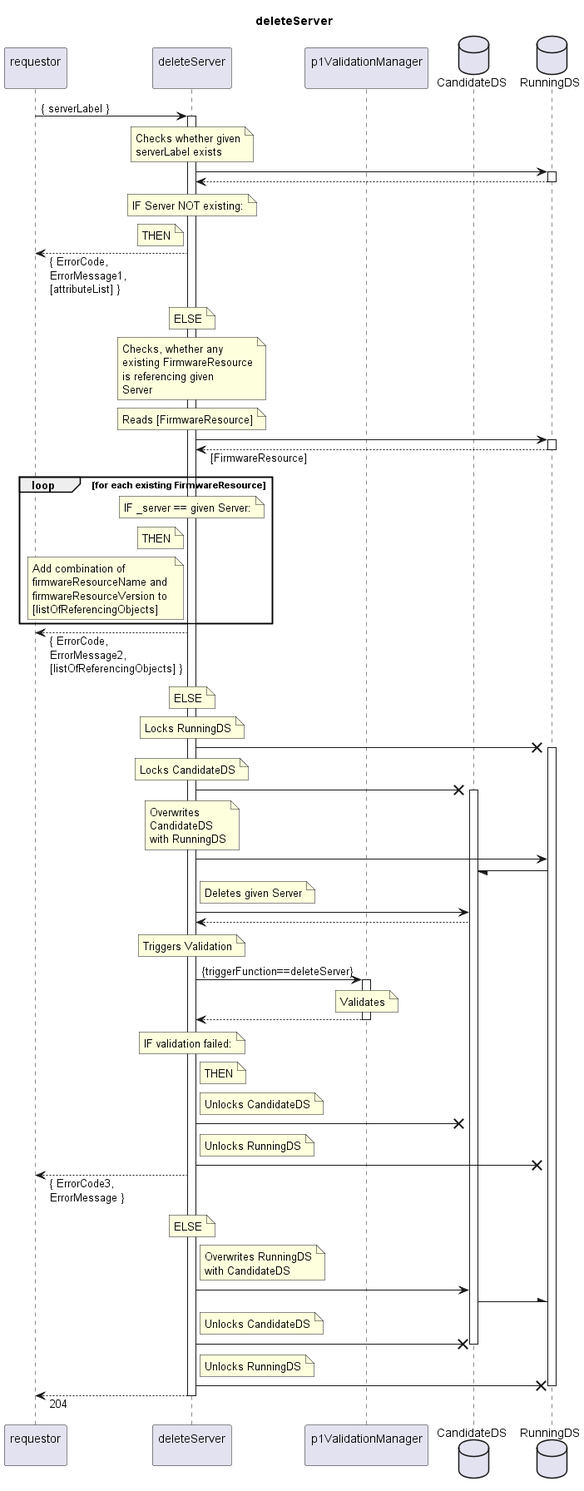
The PlantUML diagram spec/Services/deleteServer/1.0.0/deleteServer.png in openBackhaul/FirmWareManager, before a commit.
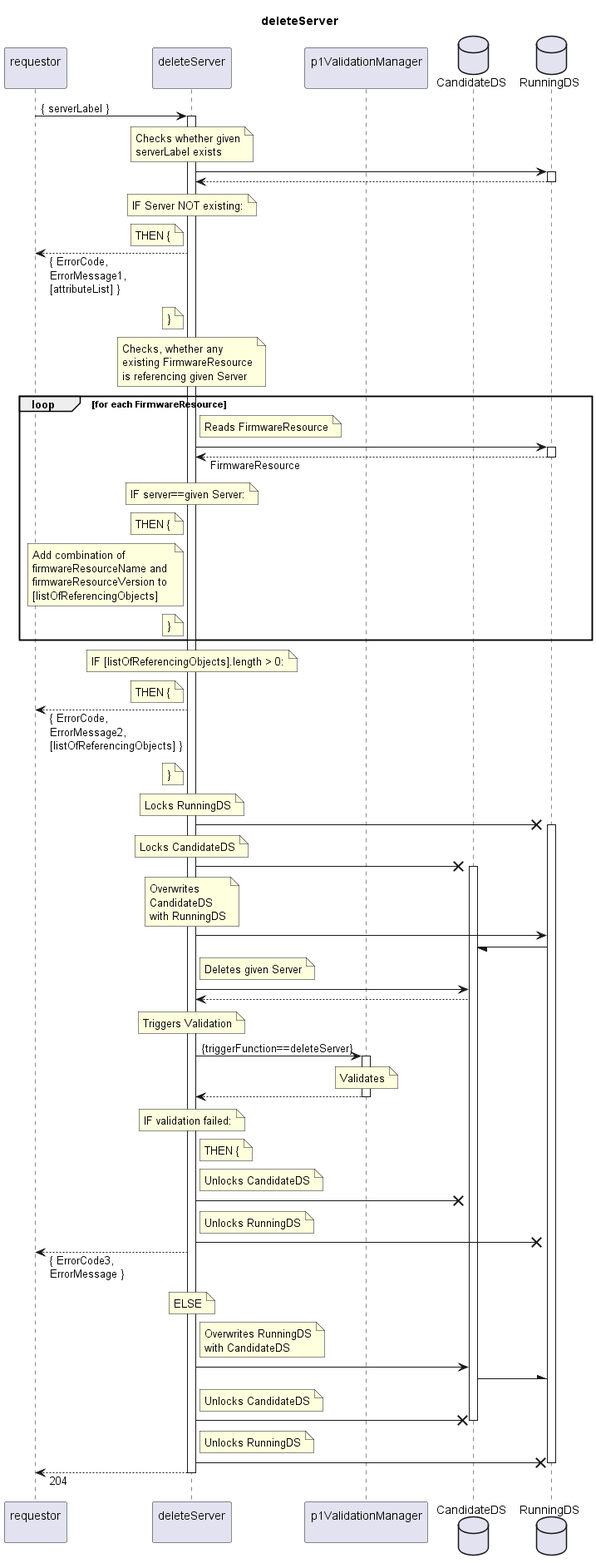
After the commit.

What changed in the source:
```diff
@@ -26,32 +26,31 @@
     IF Server NOT existing:
   end note
   note left indServ
-    THEN
+    THEN {
   end note
   requestor <-- indServ: { ErrorCode,\nErrorMessage1,\n[attributeList] }
-  note over indServ
-    ELSE
+  note left indServ
+    }
   end note
 
   note over indServ
     Checks, whether any
     existing FirmwareResource
-    is referencing given
-    Server
+    is referencing given Server
   end note
-  note over indServ
-    Reads [FirmwareResource]
-  end note
-  indServ -> RunDS
-  activate RunDS
-  indServ <-- RunDS: [FirmwareResource]
-  deactivate RunDS
-  loop for each existing FirmwareResource
+  loop for each FirmwareResource
+    note right indServ
+      Reads FirmwareResource
+    end note
+    indServ -> RunDS
+    activate RunDS
+    indServ <-- RunDS: FirmwareResource
+    deactivate RunDS
     note over indServ
-      IF _server == given Server:
+      IF server==given Server:
     end note
     note left indServ
-      THEN
+      THEN {
     end note
     note left indServ
       Add combination of
@@ -59,10 +58,19 @@
       firmwareResourceVersion to
       [listOfReferencingObjects]
     end note
+    note left indServ
+      }
+    end note
   end loop
+  note over indServ
+    IF [listOfReferencingObjects].length > 0:
+  end note
+  note left indServ
+    THEN {
+  end note
   requestor <-- indServ: { ErrorCode,\nErrorMessage2,\n[listOfReferencingObjects] }
-  note over indServ
-    ELSE
+  note left indServ
+    }
   end note
 
   note over indServ
@@ -103,7 +111,7 @@
     IF validation failed:
   end note
   note right indServ
-    THEN
+    THEN {
   end note
   note right indServ
     Unlocks CandidateDS
```
